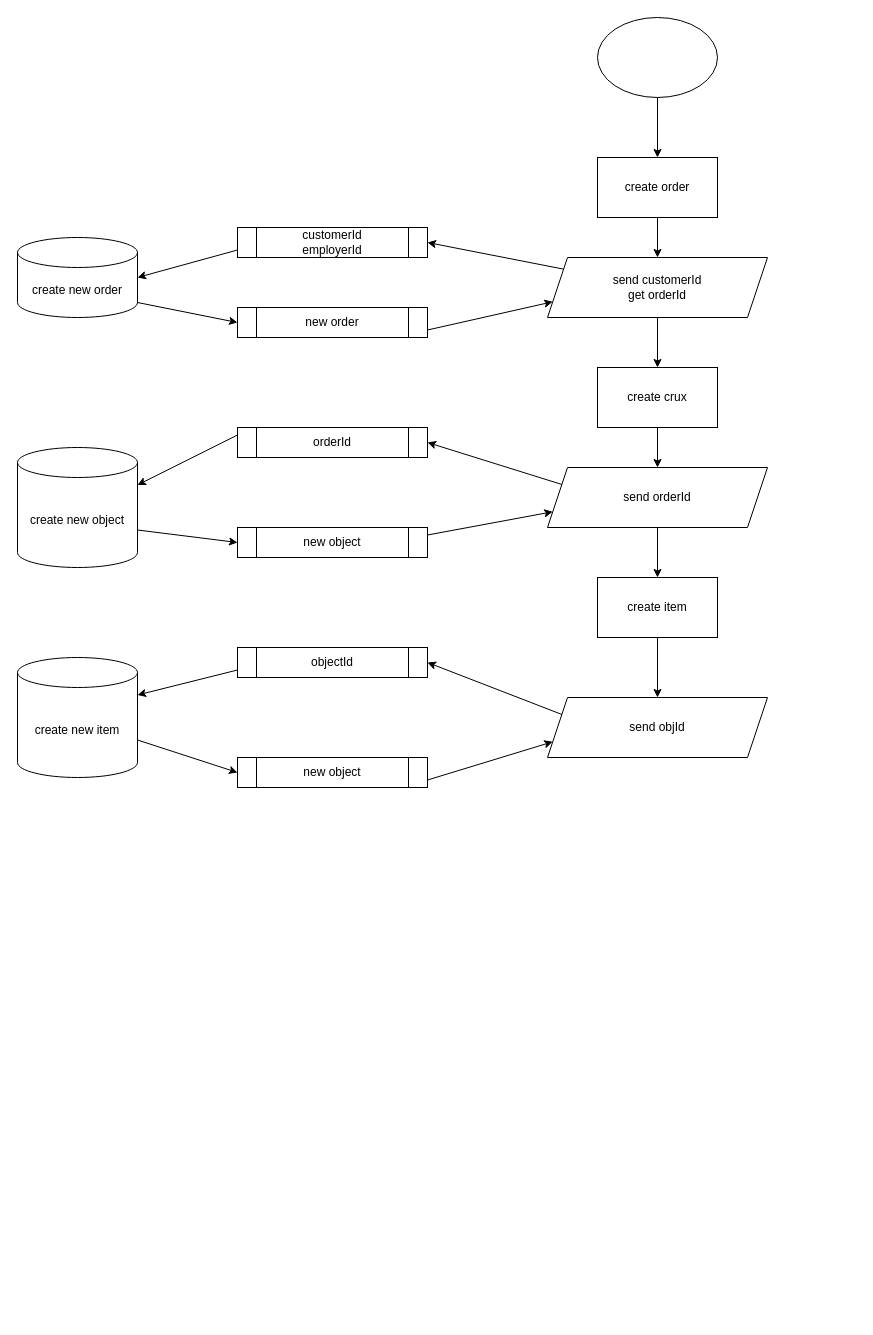
Tirpitztt/Dogs keeps this draw.io diagram as page "Page-3" (3 of 3) of Untitled Diagram.drawio. Above is the earlier version. Source tidied: cells renumbered, new cells numbered last; positions are measured from the earlier drawing's top-left corner, leaving out a move shared by most shapes. Both pictures are drawn from the tidied source at 100%, with x=0, y=0 at pixel (17, 17).
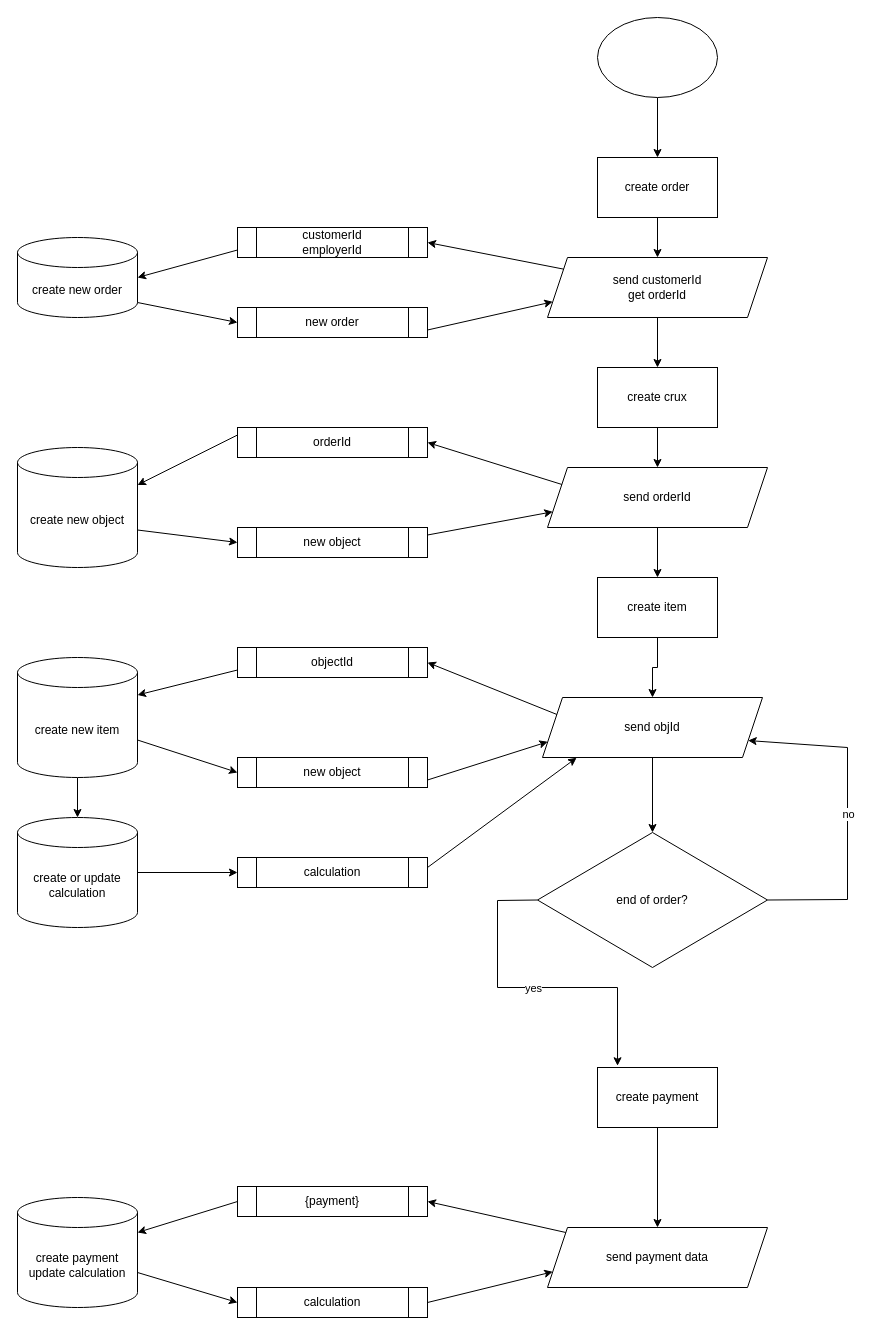
The same diagram, later.

The change refers to these unchanged cells:
```xml
<mxCell id="27" value="create new item" style="shape=cylinder3;whiteSpace=wrap;html=1;boundedLbl=1;backgroundOutline=1;size=15;" parent="1" vertex="1">
  <mxGeometry y="640" width="120" height="120" as="geometry" />
</mxCell>
```

The edit, as a diff of the source:
```diff
@@
+    <mxCell id="36" style="edgeStyle=orthogonalEdgeStyle;rounded=0;jettySize=auto;html=1;entryX=0.5;entryY=0;entryDx=0;entryDy=0;exitX=0.5;exitY=1;exitDx=0;exitDy=0;" parent="1" edge="1" source="24" target="52">
+      <mxGeometry relative="1" as="geometry" />
+    </mxCell>
     <mxCell id="24" value="send objId" style="shape=parallelogram;perimeter=parallelogramPerimeter;whiteSpace=wrap;html=1;fixedSize=1;" parent="1" vertex="1">
-      <mxGeometry x="530" y="680" width="220" height="60" as="geometry" />
+      <mxGeometry x="525" y="680" width="220" height="60" as="geometry" />
     </mxCell>
@@
+    <mxCell id="37" style="edgeStyle=orthogonalEdgeStyle;rounded=0;jettySize=auto;html=1;entryX=0.5;entryY=0;entryDx=0;entryDy=0;entryPerimeter=0;" parent="1" edge="1" source="27" target="38">
+      <mxGeometry relative="1" as="geometry" />
+    </mxCell>
@@
+    <mxCell id="38" value="create or update&lt;br&gt;calculation" style="shape=cylinder3;whiteSpace=wrap;html=1;boundedLbl=1;backgroundOutline=1;size=15;" parent="1" vertex="1">
+      <mxGeometry y="800" width="120" height="110" as="geometry" />
+    </mxCell>
+    <mxCell id="39" value="calculation" style="shape=process;whiteSpace=wrap;html=1;backgroundOutline=1;" parent="1" vertex="1">
+      <mxGeometry x="220" y="840" width="190" height="30" as="geometry" />
+    </mxCell>
+    <mxCell id="40" style="endArrow=classic;html=1;rounded=0;entryX=0;entryY=0.5;entryDx=0;entryDy=0;exitX=1;exitY=0.5;exitDx=0;exitDy=0;exitPerimeter=0;" parent="1" edge="1" source="38" target="39">
+      <mxGeometry relative="1" as="geometry" />
+    </mxCell>
+    <mxCell id="41" style="endArrow=classic;html=1;rounded=0;exitX=1;exitY=0.333;exitDx=0;exitDy=0;entryX=0.155;entryY=1.004;entryDx=0;entryDy=0;exitPerimeter=0;entryPerimeter=0;" parent="1" edge="1" source="39" target="24">
+      <mxGeometry relative="1" as="geometry" />
+    </mxCell>
+    <mxCell id="42" style="edgeStyle=orthogonalEdgeStyle;rounded=0;jettySize=auto;html=1;entryX=0.5;entryY=0;entryDx=0;entryDy=0;" parent="1" edge="1" source="43" target="44">
+      <mxGeometry relative="1" as="geometry" />
+    </mxCell>
+    <mxCell id="43" value="create payment" style="rounded=0;whiteSpace=wrap;html=1;" parent="1" vertex="1">
+      <mxGeometry x="580" y="1050" width="120" height="60" as="geometry" />
+    </mxCell>
+    <mxCell id="44" value="send payment data" style="shape=parallelogram;perimeter=parallelogramPerimeter;whiteSpace=wrap;html=1;fixedSize=1;" parent="1" vertex="1">
+      <mxGeometry x="530" y="1210" width="220" height="60" as="geometry" />
+    </mxCell>
+    <mxCell id="45" value="{payment}" style="shape=process;whiteSpace=wrap;html=1;backgroundOutline=1;" parent="1" vertex="1">
+      <mxGeometry x="220" y="1169" width="190" height="30" as="geometry" />
+    </mxCell>
+    <mxCell id="46" value="calculation" style="shape=process;whiteSpace=wrap;html=1;backgroundOutline=1;" parent="1" vertex="1">
+      <mxGeometry x="220" y="1270" width="190" height="30" as="geometry" />
+    </mxCell>
+    <mxCell id="47" value="create payment&lt;br&gt;update calculation" style="shape=cylinder3;whiteSpace=wrap;html=1;boundedLbl=1;backgroundOutline=1;size=15;" parent="1" vertex="1">
+      <mxGeometry y="1180" width="120" height="110" as="geometry" />
+    </mxCell>
+    <mxCell id="48" style="endArrow=classic;html=1;rounded=0;entryX=0;entryY=0.5;entryDx=0;entryDy=0;exitX=1;exitY=0;exitDx=0;exitDy=75;exitPerimeter=0;" parent="1" edge="1" source="47" target="46">
+      <mxGeometry relative="1" as="geometry" />
+    </mxCell>
+    <mxCell id="49" style="endArrow=classic;html=1;rounded=0;exitX=1;exitY=0.5;exitDx=0;exitDy=0;entryX=0;entryY=0.75;entryDx=0;entryDy=0;" parent="1" edge="1" source="46" target="44">
+      <mxGeometry relative="1" as="geometry" />
+    </mxCell>
+    <mxCell id="50" style="endArrow=classic;html=1;rounded=0;entryX=1;entryY=0.5;entryDx=0;entryDy=0;exitX=0;exitY=0;exitDx=0;exitDy=0;" parent="1" edge="1" source="44" target="45">
+      <mxGeometry relative="1" as="geometry" />
+    </mxCell>
+    <mxCell id="51" style="endArrow=classic;html=1;rounded=0;entryX=1;entryY=0;entryDx=0;entryDy=35;entryPerimeter=0;exitX=0;exitY=0.5;exitDx=0;exitDy=0;" parent="1" edge="1" source="45" target="47">
+      <mxGeometry relative="1" as="geometry" />
+    </mxCell>
+    <mxCell id="52" value="end of order?" style="rhombus;whiteSpace=wrap;html=1;" parent="1" vertex="1">
+      <mxGeometry x="520" y="815" width="230" height="135" as="geometry" />
+    </mxCell>
+    <mxCell id="53" style="endArrow=classic;html=1;rounded=0;exitX=1;exitY=0.5;exitDx=0;exitDy=0;entryX=1;entryY=0.75;entryDx=0;entryDy=0;" parent="1" edge="1" source="52" target="24">
+      <mxGeometry relative="1" as="geometry">
+        <Array as="points">
+          <mxPoint x="830" y="882" />
+          <mxPoint x="830" y="730" />
+        </Array>
+      </mxGeometry>
+    </mxCell>
+    <mxCell id="54" value="no" style="edgeLabel;html=1;align=center;verticalAlign=middle;" parent="53" vertex="1">
+      <mxGeometry relative="1" as="geometry" />
+    </mxCell>
+    <mxCell id="55" style="endArrow=classic;html=1;rounded=0;exitX=0;exitY=0.5;exitDx=0;exitDy=0;entryX=0.167;entryY=-0.029;entryDx=0;entryDy=0;entryPerimeter=0;" parent="1" edge="1" source="52" target="43">
+      <mxGeometry relative="1" as="geometry">
+        <Array as="points">
+          <mxPoint x="480" y="883" />
+          <mxPoint x="480" y="970" />
+          <mxPoint x="600" y="970" />
+        </Array>
+      </mxGeometry>
+    </mxCell>
+    <mxCell id="56" value="yes" style="edgeLabel;html=1;align=center;verticalAlign=middle;" parent="55" vertex="1">
+      <mxGeometry relative="1" as="geometry" />
+    </mxCell>
```
